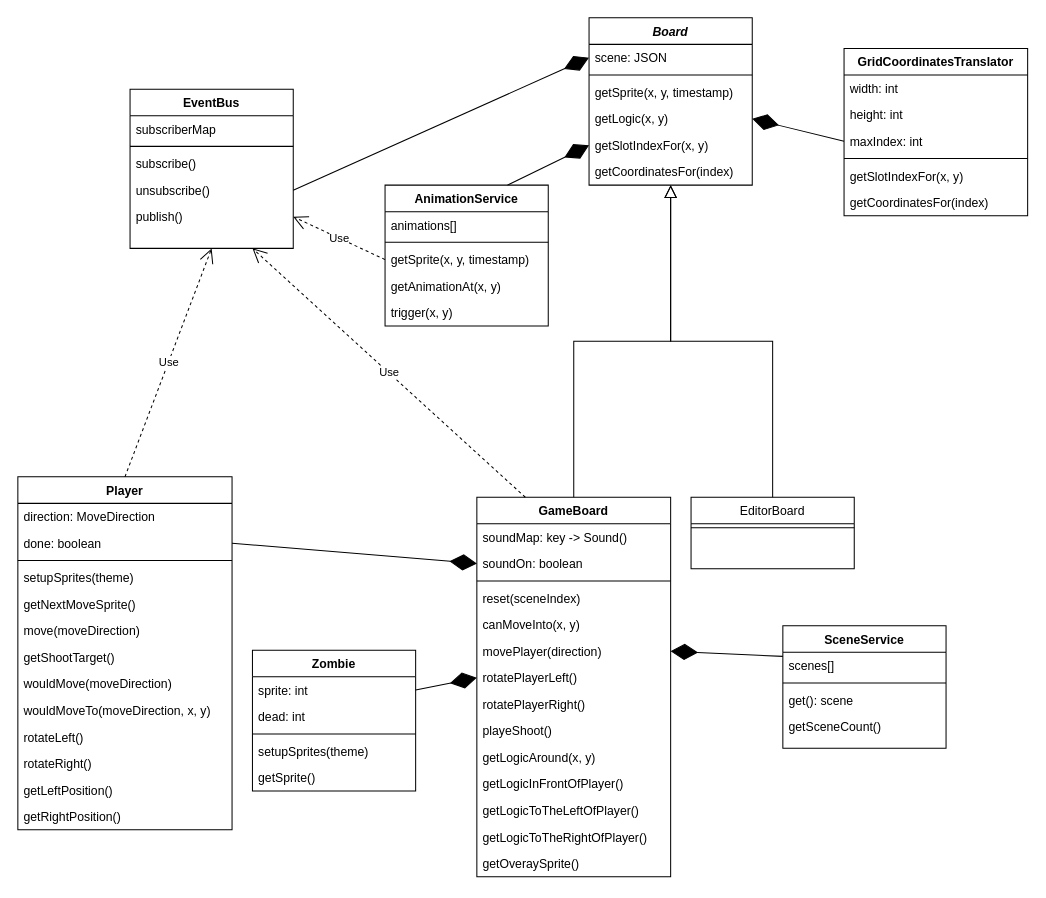
Above: sidila-lang/doc/board.drawio in drkblog/drk-ar-site (draw.io), before the change. Source tidied: cells renumbered, new cells numbered last; positions are measured from the earlier drawing's top-left corner, leaving out a move shared by most shapes. Both pictures are drawn from the tidied source at 102%, with x=0, y=0 at pixel (17, 17).
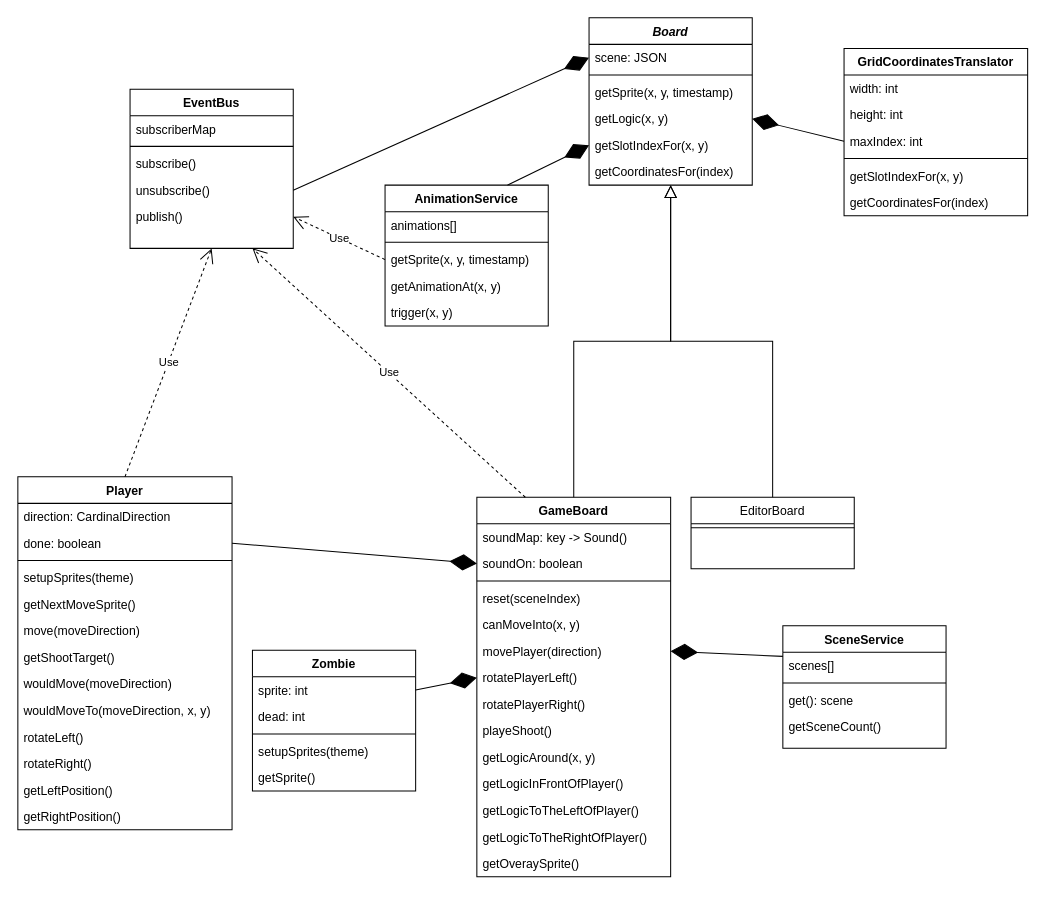
Above is the later version.

Commit message (it also covers changes not shown here):
Another diagram

The change refers to these unchanged cells:
```xml
<mxCell id="41" value="Player" style="swimlane;fontStyle=1;align=center;verticalAlign=top;horizontal=1;startSize=26;" parent="1" vertex="1">
  <mxGeometry y="450" width="210" height="346" as="geometry" />
</mxCell>
```

The edit, as a diff of the source:
```diff
@@
-    <mxCell id="42" value="direction: MoveDirection" style="text;strokeColor=none;fillColor=none;align=left;verticalAlign=top;spacingLeft=4;spacingRight=4;overflow=hidden;" parent="41" vertex="1">
+    <mxCell id="42" value="direction: CardinalDirection" style="text;strokeColor=none;fillColor=none;align=left;verticalAlign=top;spacingLeft=4;spacingRight=4;overflow=hidden;" parent="41" vertex="1">
       <mxGeometry y="26" width="210" height="26" as="geometry" />
     </mxCell>
```
